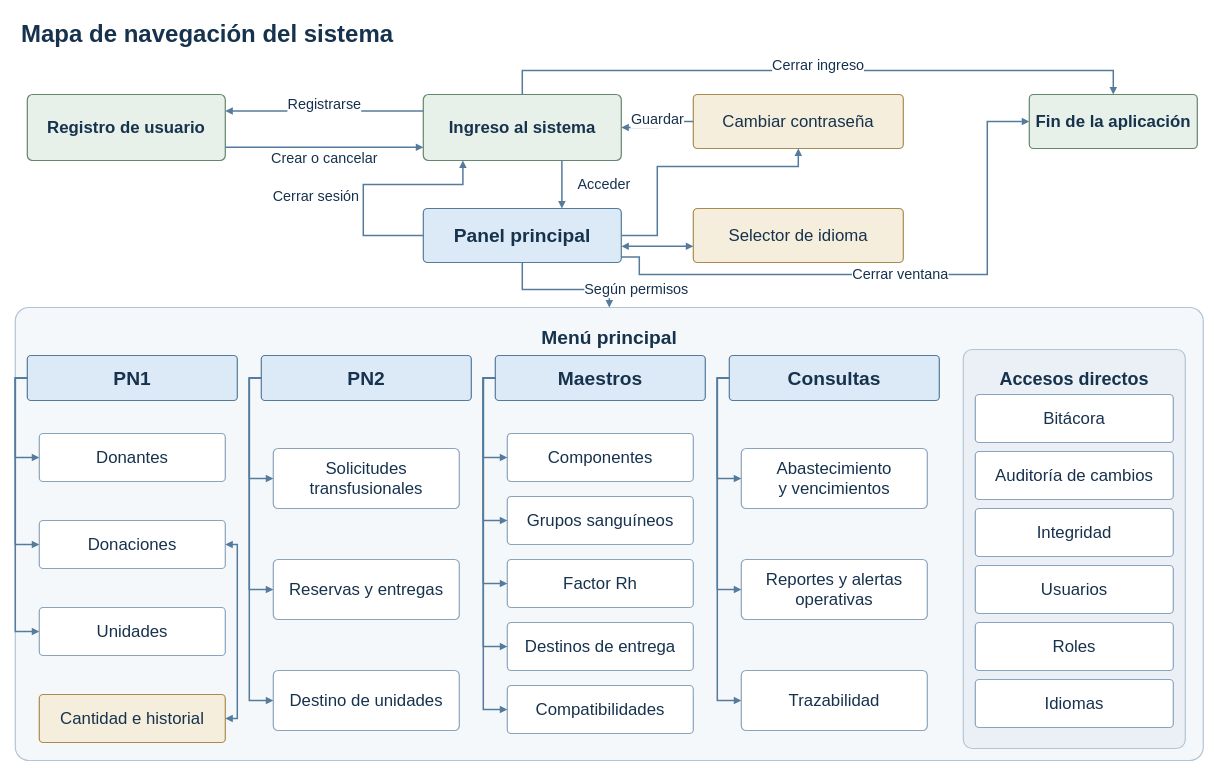
The draw.io diagram Diagramas/Arquitectura/Mapa de navegación.drawio in juanNH/Ingenieria-de-Software, before the edit. Source tidied: cells renumbered, new cells numbered last; positions are measured from the earlier drawing's top-left corner, leaving out a move shared by most shapes. Both pictures are drawn from the tidied source at 60%, with x=0, y=0 at pixel (15, 10).
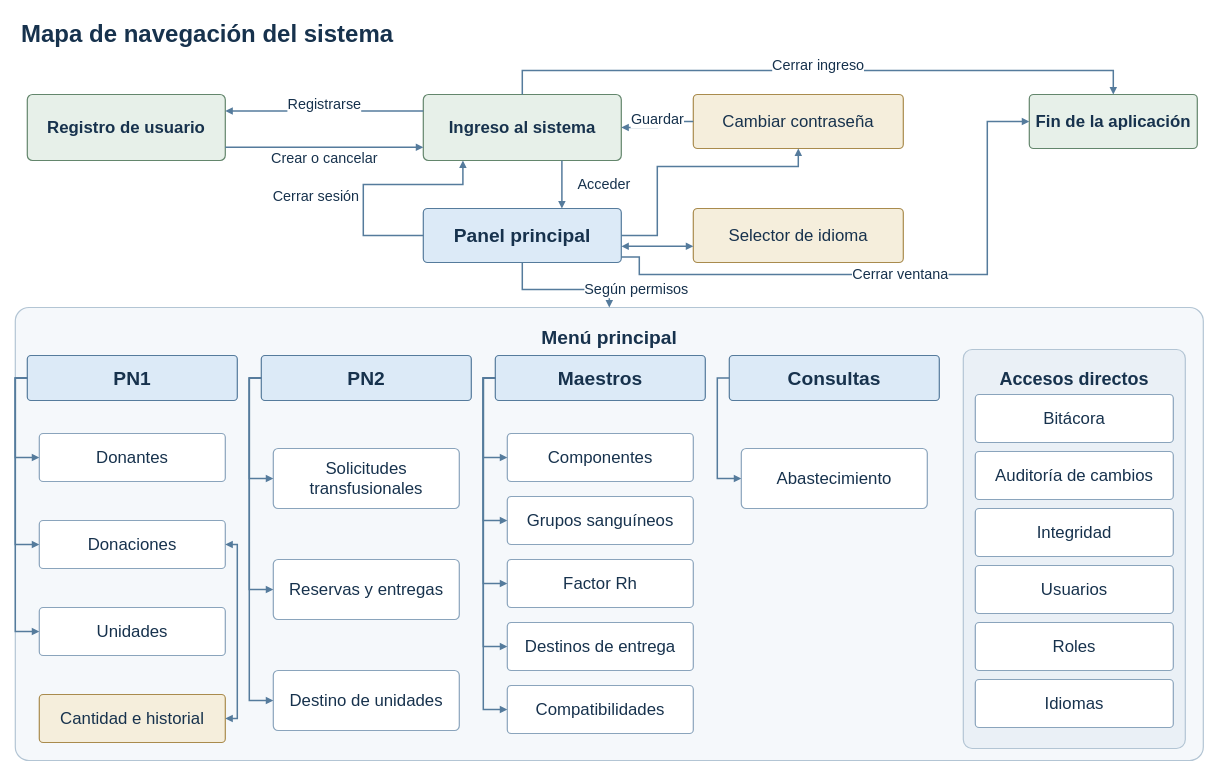
The same diagram, later.

The change refers to these unchanged cells:
```xml
<mxCell id="54" value="Consultas" style="whiteSpace=wrap;html=1;fontFamily=Arial;fontSize=28;fontColor=#17324D;strokeWidth=2;align=center;verticalAlign=middle;spacing=10;rounded=1;arcSize=8;fillColor=#DCEAF7;strokeColor=#557B9C;fontStyle=1;fontSize=32;" parent="1" vertex="1">
  <mxGeometry x="1190" y="575" width="350" height="75" as="geometry" />
</mxCell>
```

The edit, as a diff of the source:
```diff
@@
-    <mxCell id="55" value="Abastecimiento&#10;y vencimientos" style="whiteSpace=wrap;html=1;fontFamily=Arial;fontSize=28;fontColor=#17324D;strokeWidth=2;align=center;verticalAlign=middle;spacing=10;rounded=1;arcSize=8;fillColor=#FFFFFF;strokeColor=#8AA4BC;" parent="1" vertex="1">
+    <mxCell id="55" value="Abastecimiento" style="whiteSpace=wrap;html=1;fontFamily=Arial;fontSize=28;fontColor=#17324D;strokeWidth=2;align=center;verticalAlign=middle;spacing=10;rounded=1;arcSize=8;fillColor=#FFFFFF;strokeColor=#8AA4BC;" parent="1" vertex="1">
       <mxGeometry x="1210" y="730" width="310" height="100" as="geometry" />
     </mxCell>
-    <mxCell id="56" value="Reportes y alertas&#10;operativas" style="whiteSpace=wrap;html=1;fontFamily=Arial;fontSize=28;fontColor=#17324D;strokeWidth=2;align=center;verticalAlign=middle;spacing=10;rounded=1;arcSize=8;fillColor=#FFFFFF;strokeColor=#8AA4BC;" parent="1" vertex="1">
-      <mxGeometry x="1210" y="915" width="310" height="100" as="geometry" />
-    </mxCell>
-    <mxCell id="57" value="Trazabilidad" style="whiteSpace=wrap;html=1;fontFamily=Arial;fontSize=28;fontColor=#17324D;strokeWidth=2;align=center;verticalAlign=middle;spacing=10;rounded=1;arcSize=8;fillColor=#FFFFFF;strokeColor=#8AA4BC;" parent="1" vertex="1">
-      <mxGeometry x="1210" y="1100" width="310" height="100" as="geometry" />
-    </mxCell>
@@
-    <mxCell id="59" style="edgeStyle=orthogonalEdgeStyle;rounded=0;html=1;endArrow=block;endFill=1;strokeColor=#557B9C;strokeWidth=2.5;fontFamily=Arial;fontSize=24;fontColor=#17324D;labelBackgroundColor=#FFFFFF;exitX=0;exitY=0.5;entryX=0;entryY=0.5;" parent="1" edge="1" source="54" target="56">
-      <mxGeometry relative="1" as="geometry">
-        <Array as="points">
-          <mxPoint x="1170" y="612.5" />
-          <mxPoint x="1170" y="965" />
-        </Array>
-      </mxGeometry>
-    </mxCell>
-    <mxCell id="60" style="edgeStyle=orthogonalEdgeStyle;rounded=0;html=1;endArrow=block;endFill=1;strokeColor=#557B9C;strokeWidth=2.5;fontFamily=Arial;fontSize=24;fontColor=#17324D;labelBackgroundColor=#FFFFFF;exitX=0;exitY=0.5;entryX=0;entryY=0.5;" parent="1" edge="1" source="54" target="57">
-      <mxGeometry relative="1" as="geometry">
-        <Array as="points">
-          <mxPoint x="1170" y="612.5" />
-          <mxPoint x="1170" y="1150" />
-        </Array>
-      </mxGeometry>
-    </mxCell>
```
